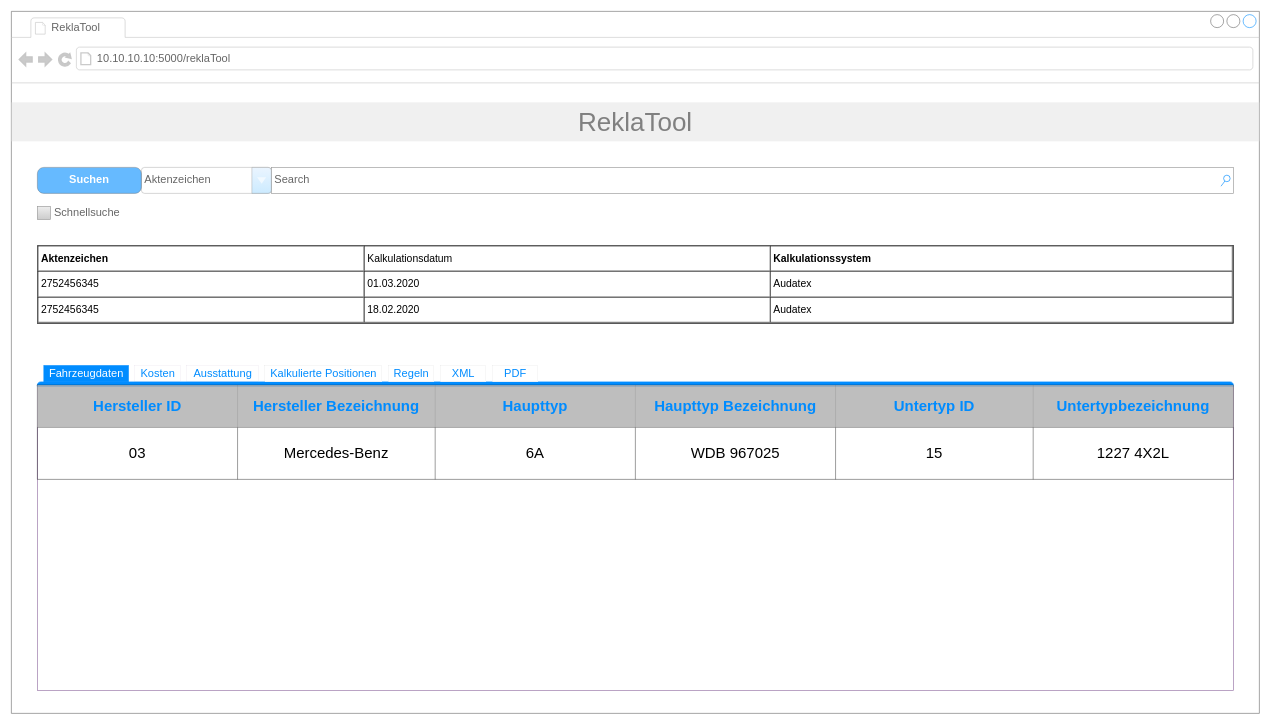
The draw.io diagram Dokumentation/Diagramme/Mockups/221020_Mockup.drawio in iiiLearningAccount/ReklaTool_221025, before the edit. Source tidied: cells renumbered, new cells numbered last; positions are measured from the earlier drawing's top-left corner, leaving out a move shared by most shapes. Both pictures are drawn from the tidied source at 65%, with x=0, y=0 at pixel (11, 11).
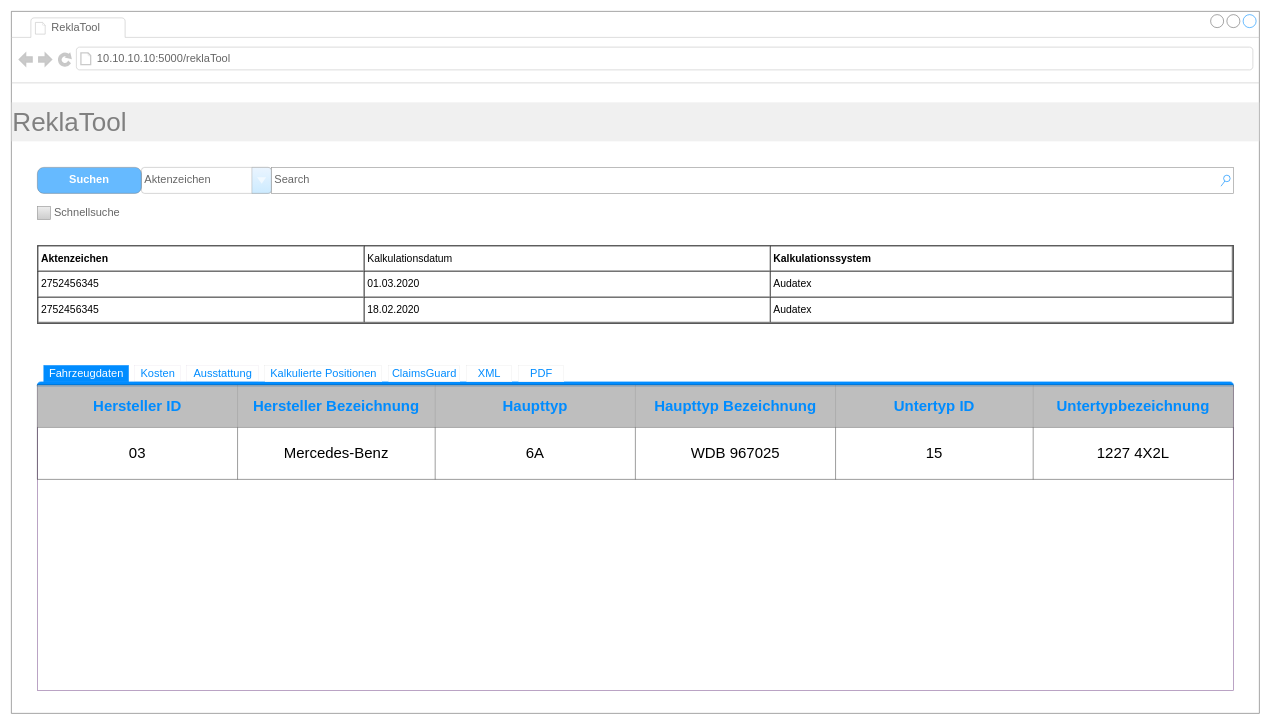
The same diagram, later.

Unchanged cells that the change refers to:
```xml
<mxCell id="2" style="strokeWidth=1;shadow=0;dashed=0;align=center;html=1;shape=mxgraph.mockup.containers.browserWindow;rSize=0;strokeColor=none;strokeColor2=#008cff;strokeColor3=#c4c4c4;mainText=,;fillColor=default;opacity=90;labelBackgroundColor=default;" parent="1" vertex="1">
  <mxGeometry width="1920" height="1080" as="geometry" />
</mxCell>
<mxCell id="5" style="strokeWidth=1;shadow=0;dashed=0;align=center;html=1;shape=mxgraph.mockup.containers.marginRect2;rectMarginTop=32;strokeColor=#9673a6;fillColor=none;fontSize=14;fontColor=default;" parent="2" vertex="1">
  <mxGeometry x="40" y="545" width="1840" height="500" as="geometry" />
</mxCell>
```

The edit, as a diff of the source:
```diff
@@
-    <mxCell id="10" value="Regeln" style="strokeWidth=0;shadow=0;align=center;html=1;shape=mxgraph.mockup.containers.rrect;rSize=0;fontSize=17;gradientColor=none;labelBackgroundColor=none;strokeColor=#808080;fontColor=#008CFF;" parent="5" vertex="1">
-      <mxGeometry x="540" width="70" height="25" as="geometry" />
+    <mxCell id="10" value="ClaimsGuard" style="strokeWidth=0;shadow=0;align=center;html=1;shape=mxgraph.mockup.containers.rrect;rSize=0;fontSize=17;gradientColor=none;labelBackgroundColor=none;strokeColor=#808080;fontColor=#008CFF;" parent="5" vertex="1">
+      <mxGeometry x="540" width="110" height="25" as="geometry" />
     </mxCell>
@@
     <mxCell id="27" value="PDF" style="strokeWidth=0;shadow=0;align=center;html=1;shape=mxgraph.mockup.containers.rrect;rSize=0;fontSize=17;gradientColor=none;labelBackgroundColor=none;strokeColor=#808080;fontColor=#008CFF;" parent="5" vertex="1">
-      <mxGeometry x="700" width="70" height="25" as="geometry" />
+      <mxGeometry x="740" width="70" height="25" as="geometry" />
     </mxCell>
@@
-    <mxCell id="33" value="ReklaTool" style="rounded=0;whiteSpace=wrap;html=1;labelBackgroundColor=none;labelBorderColor=none;fontSize=40;fontColor=#808080;fillColor=#E6E6E6;gradientColor=none;align=center;opacity=60;strokeColor=none;" parent="2" vertex="1">
+    <mxCell id="33" value="ReklaTool" style="rounded=0;whiteSpace=wrap;html=1;labelBackgroundColor=none;labelBorderColor=none;fontSize=40;fontColor=#808080;fillColor=#E6E6E6;gradientColor=none;align=left;opacity=60;strokeColor=none;" parent="2" vertex="1">
       <mxGeometry y="140" width="1920" height="60" as="geometry" />
     </mxCell>
     <mxCell id="34" value="XML" style="strokeWidth=0;shadow=0;align=center;html=1;shape=mxgraph.mockup.containers.rrect;rSize=0;fontSize=17;gradientColor=none;labelBackgroundColor=none;strokeColor=#808080;fontColor=#008CFF;" parent="1" vertex="1">
-      <mxGeometry x="660" y="545" width="70" height="25" as="geometry" />
+      <mxGeometry x="700" y="545" width="70" height="25" as="geometry" />
     </mxCell>
```
